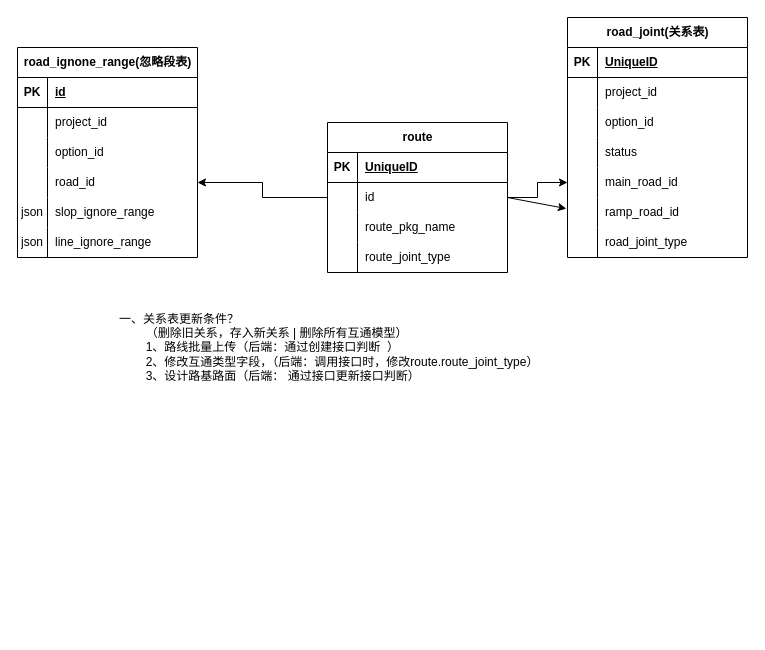
The draw.io diagram 未命名绘图.drawio in HCY2315/draw, before the edit. Source tidied: cells renumbered, new cells numbered last; positions are measured from the earlier drawing's top-left corner, leaving out a move shared by most shapes. Both pictures are drawn from the tidied source at 100%, with x=0, y=0 at pixel (17, 17).
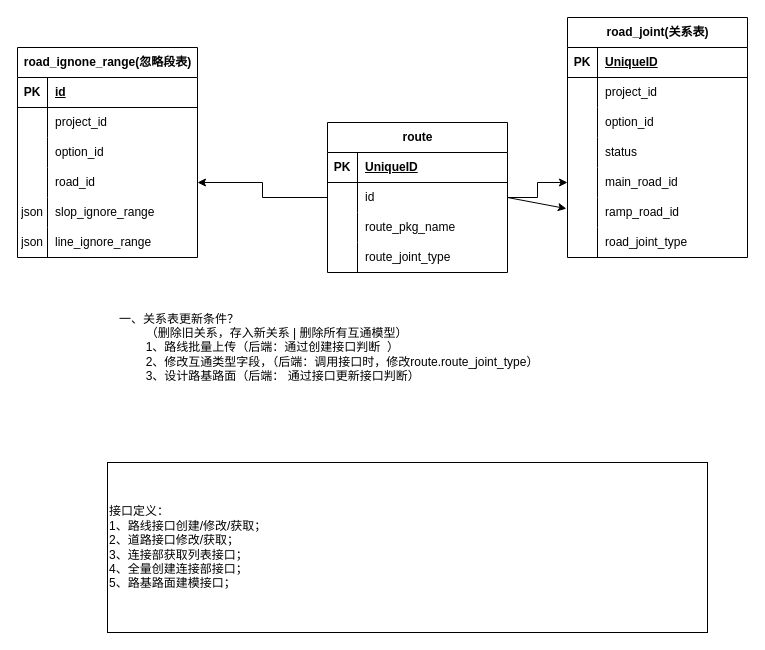
The same page after the edit.

Commit message:
设计平台-互通v1.drawio

The edit, as a diff of the source:
```diff
@@
+    <mxCell id="60" value="接口定义：&lt;div&gt;1、路线接口创建/修改/获取；&lt;/div&gt;&lt;div&gt;2、道路接口修改/获取；&lt;/div&gt;&lt;div&gt;3、连接部获取列表接口；&lt;/div&gt;&lt;div&gt;4、全量创建连接部接口；&lt;/div&gt;&lt;div&gt;5、路基路面建模接口；&lt;/div&gt;" style="rounded=0;whiteSpace=wrap;html=1;align=left;" parent="1" vertex="1">
+      <mxGeometry x="90" y="445" width="600" height="170" as="geometry" />
+    </mxCell>
```
